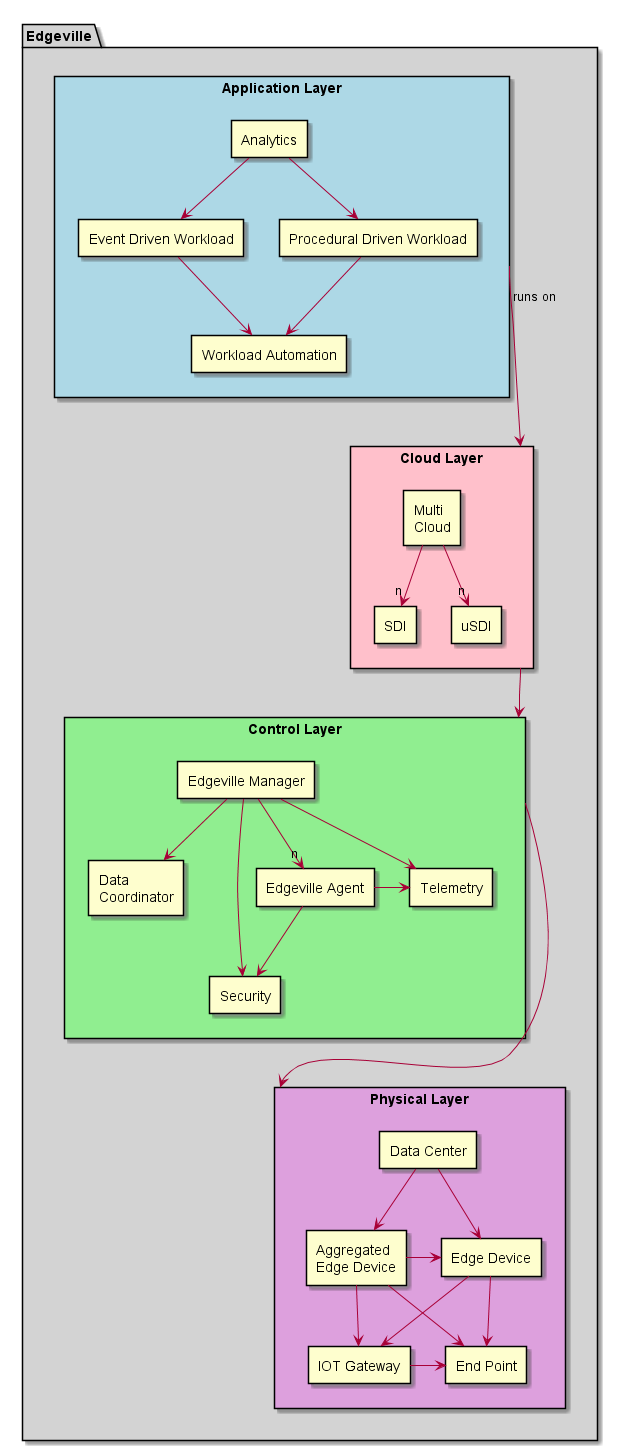
CAADE/edgeville keeps this PlantUML diagram as docs/Solution/HighLevelLogical.png. Above is the earlier version. Source of this version:
```plantuml
@startuml

package Edgeville #lightgray {
    rectangle "Cloud Layer" as Cloud #pink {
      rectangle "SDI"
      rectangle "uSDI"
      rectangle "Multi\nCloud" as HC
      HC --> "n" SDI
      HC --> "n" uSDI
    }
    rectangle "Control Layer" as Control #lightgreen {
      rectangle "Data\nCoordinator" as DC
      rectangle "Edgeville Manager" as EM
      rectangle "Edgeville Agent" as EA
      rectangle "Telemetry" as Telemetry
      rectangle "Security" as Security
      EM --> "n" EA
      EM --> DC
      EM -> Telemetry
      EA -> Telemetry
      EM --> Security
      EA --> Security
    }
    rectangle "Application Layer" as AL #lightblue {
      rectangle "Analytics" as ALA
      rectangle "Event Driven Workload" as ALE
      rectangle "Procedural Driven Workload" as ALP
      rectangle "Workload Automation" as ALW
      ALA --> ALP
      ALA --> ALE
      ALE --> ALW
      ALP --> ALW
    }
    rectangle "Physical Layer" as PL #plum {
      rectangle "Data Center" as PLDC
      rectangle "Aggregated\nEdge Device" as AED
      rectangle "Edge Device" as ED
      rectangle "End Point" as EP
      rectangle "IOT Gateway" as IG
      PLDC -> AED
      PLDC --> ED
      AED -> ED
      AED --> IG
      AED --> EP
      ED -> IG
      IG -> EP
      ED --> EP
    }

    AL ----> Cloud : runs on
    Cloud ---> Control
    Control ----> PL
}
@enduml
```
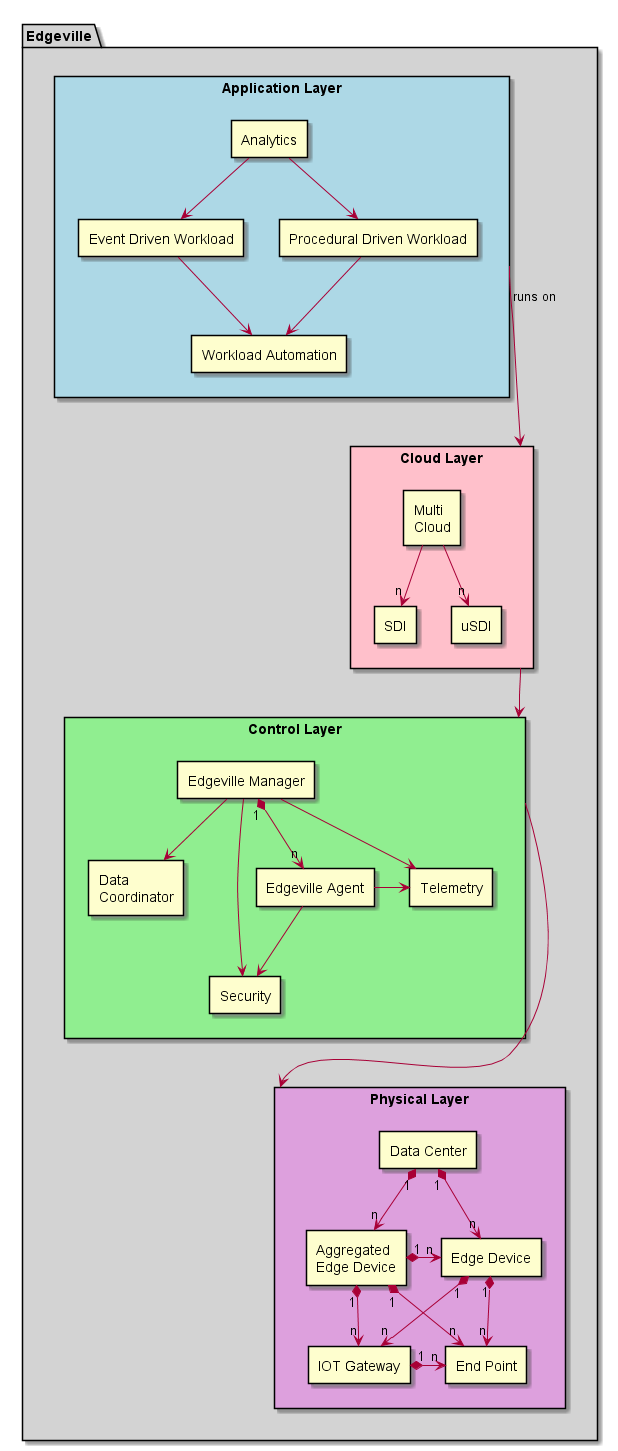
After the change.

Diff of the diagram source:
```diff
@@ -14,7 +14,7 @@
       rectangle "Edgeville Agent" as EA
       rectangle "Telemetry" as Telemetry
       rectangle "Security" as Security
-      EM --> "n" EA
+      EM "1" *--> "n" EA
       EM --> DC
       EM -> Telemetry
       EA -> Telemetry
@@ -37,14 +37,14 @@
       rectangle "Edge Device" as ED
       rectangle "End Point" as EP
       rectangle "IOT Gateway" as IG
-      PLDC -> AED
-      PLDC --> ED
-      AED -> ED
-      AED --> IG
-      AED --> EP
-      ED -> IG
-      IG -> EP
-      ED --> EP
+      PLDC "1" *-> "n" AED
+      PLDC "1" *--> "n" ED
+      AED "1" *-> "n" ED
+      AED "1" *--> "n" IG
+      AED "1" *--> "n" EP
+      ED "1" *-> "n" IG
+      IG "1" *-> "n" EP
+      ED "1" *--> "n" EP
     }
 
     AL ----> Cloud : runs on
```
